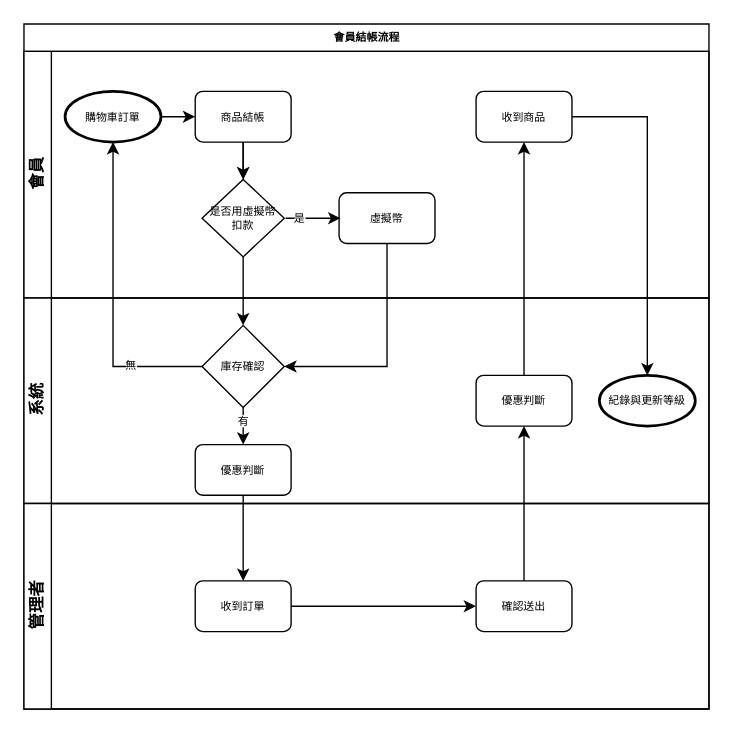
The draw.io diagram page "會員結帳流程" (4 of 11) of 系統規劃/購物網系統流程.drawio in Shenyoyo/ShoppingWeb, before the edit. Source tidied: cells renumbered, new cells numbered last; positions are measured from the earlier drawing's top-left corner, leaving out a move shared by most shapes. Both pictures are drawn from the tidied source at 137%, with x=0, y=0 at pixel (23, 23).
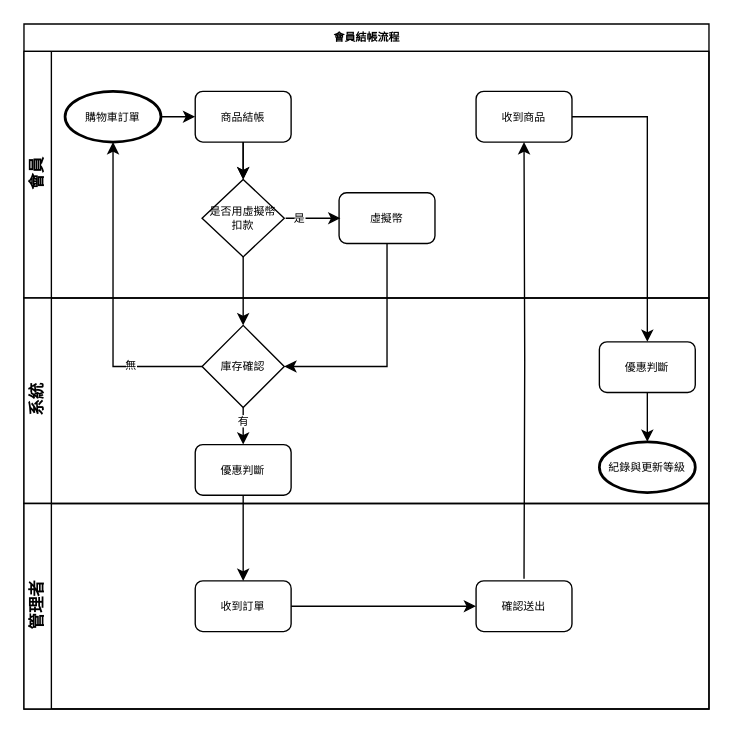
The same page after the edit.

The change refers to these unchanged cells:
```xml
<mxCell id="2" value="會員結帳流程" style="swimlane;html=1;horizontal=1;startSize=20;rounded=0;shadow=0;labelBackgroundColor=none;strokeWidth=1;fontFamily=Verdana;fontSize=8;align=center;" parent="1" vertex="1">
  <mxGeometry width="500" height="500" as="geometry" />
</mxCell>
<mxCell id="7" value="收到商品" style="rounded=1;whiteSpace=wrap;html=1;shadow=0;labelBackgroundColor=none;strokeWidth=1;fontFamily=Verdana;fontSize=8;align=center;" parent="3" vertex="1">
  <mxGeometry x="330" y="29.2" width="70" height="37" as="geometry" />
</mxCell>
<mxCell id="13" value="系統" style="swimlane;html=1;startSize=20;horizontal=0;" parent="2" vertex="1">
  <mxGeometry y="200" width="500" height="150" as="geometry" />
</mxCell>
<mxCell id="21" value="確認送出" style="rounded=1;whiteSpace=wrap;html=1;shadow=0;labelBackgroundColor=none;strokeWidth=1;fontFamily=Verdana;fontSize=8;align=center;" parent="19" vertex="1">
  <mxGeometry x="330" y="56.5" width="70" height="37" as="geometry" />
</mxCell>
```

Change to the diagram source:
```diff
@@
+    <mxCell id="31" style="edgeStyle=orthogonalEdgeStyle;rounded=0;jettySize=auto;html=1;exitX=0.5;exitY=1;exitDx=0;exitDy=0;entryX=0.5;entryY=0;entryDx=0;entryDy=0;entryPerimeter=0;" parent="13" edge="1" source="17" target="16">
+      <mxGeometry relative="1" as="geometry" />
+    </mxCell>
@@
+    <mxCell id="17" value="優惠判斷" style="rounded=1;whiteSpace=wrap;html=1;shadow=0;labelBackgroundColor=none;strokeWidth=1;fontFamily=Verdana;fontSize=8;align=center;" parent="13" vertex="1">
+      <mxGeometry x="420" y="32" width="70" height="37" as="geometry" />
+    </mxCell>
     <mxCell id="16" value="&lt;font face=&quot;verdana&quot;&gt;紀錄與更新等級&lt;/font&gt;" style="strokeWidth=2;html=1;shape=mxgraph.flowchart.start_1;whiteSpace=wrap;fontSize=8;" parent="13" vertex="1">
-      <mxGeometry x="420" y="56.5" width="70" height="37" as="geometry" />
+      <mxGeometry x="420" y="105" width="70" height="37" as="geometry" />
     </mxCell>
-    <mxCell id="17" value="優惠判斷" style="rounded=1;whiteSpace=wrap;html=1;shadow=0;labelBackgroundColor=none;strokeWidth=1;fontFamily=Verdana;fontSize=8;align=center;" parent="13" vertex="1">
-      <mxGeometry x="330" y="56.5" width="70" height="37" as="geometry" />
-    </mxCell>
@@
-    <mxCell id="27" style="edgeStyle=orthogonalEdgeStyle;rounded=0;jettySize=auto;html=1;entryX=0.5;entryY=0;entryDx=0;entryDy=0;entryPerimeter=0;fontSize=8;" parent="2" edge="1" source="7" target="16">
-      <mxGeometry relative="1" as="geometry" />
-    </mxCell>
@@
-    <mxCell id="29" style="edgeStyle=orthogonalEdgeStyle;rounded=0;jettySize=auto;html=1;entryX=0.5;entryY=1;entryDx=0;entryDy=0;fontSize=8;" parent="2" edge="1" source="21" target="17">
-      <mxGeometry relative="1" as="geometry" />
-    </mxCell>
-    <mxCell id="30" style="edgeStyle=orthogonalEdgeStyle;rounded=0;jettySize=auto;html=1;entryX=0.5;entryY=1;entryDx=0;entryDy=0;fontSize=8;" parent="2" edge="1" source="17" target="7">
-      <mxGeometry relative="1" as="geometry" />
+    <mxCell id="30" style="edgeStyle=orthogonalEdgeStyle;rounded=0;jettySize=auto;html=1;entryX=0.5;entryY=1;entryDx=0;entryDy=0;fontSize=8;" parent="2" edge="1" target="7">
+      <mxGeometry relative="1" as="geometry">
+        <mxPoint x="365" y="405" as="sourcePoint" />
+      </mxGeometry>
     </mxCell>
+    <mxCell id="32" style="edgeStyle=orthogonalEdgeStyle;rounded=0;jettySize=auto;html=1;" parent="2" edge="1" source="7" target="17">
+      <mxGeometry relative="1" as="geometry" />
+    </mxCell>
```
